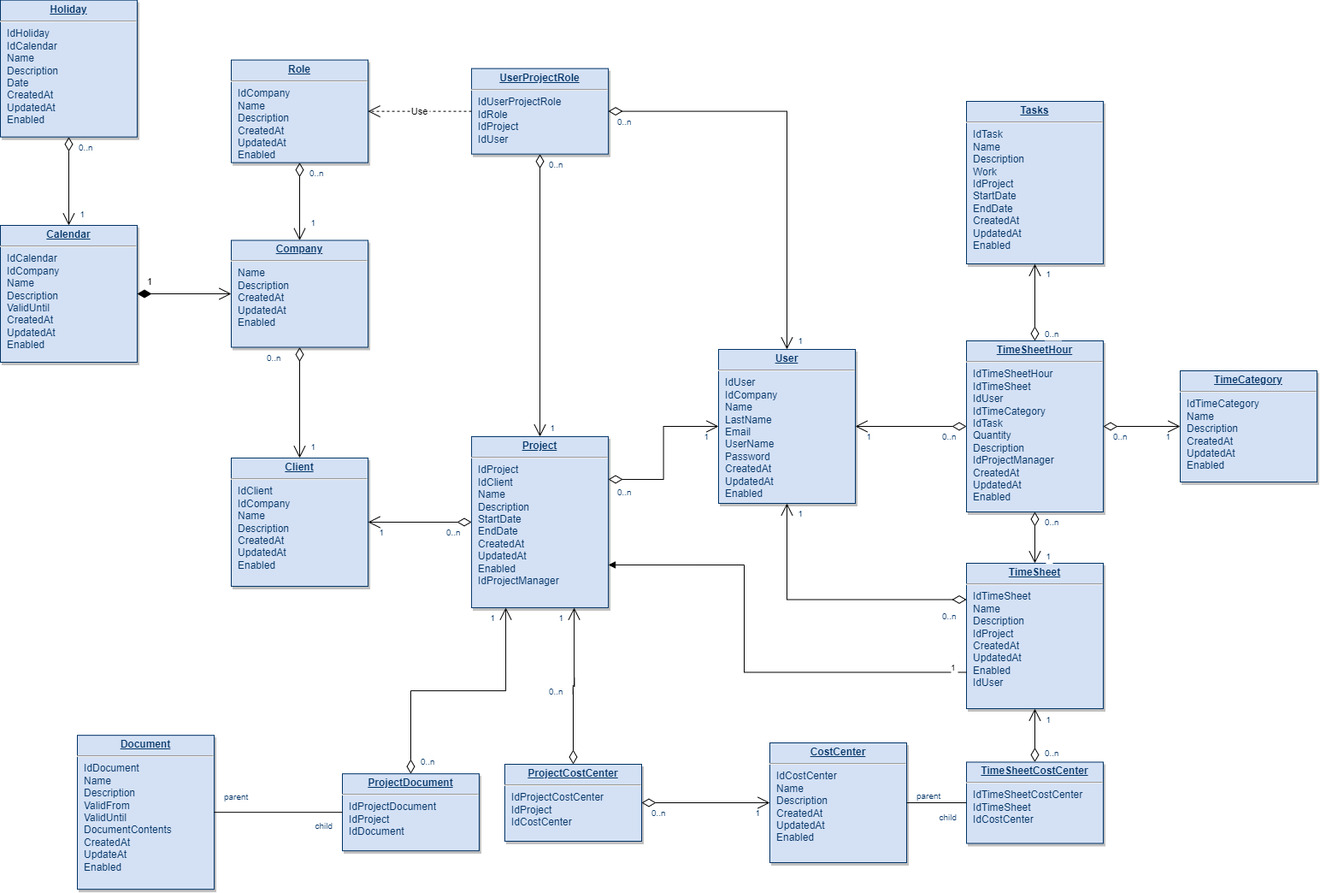
Chandra583/aa keeps this draw.io diagram as Untitled Diagram.drawio.png. Above is the earlier version. Source tidied: cells renumbered, new cells last; positions are measured from the earlier drawing's top-left corner, leaving out a move shared by most shapes.
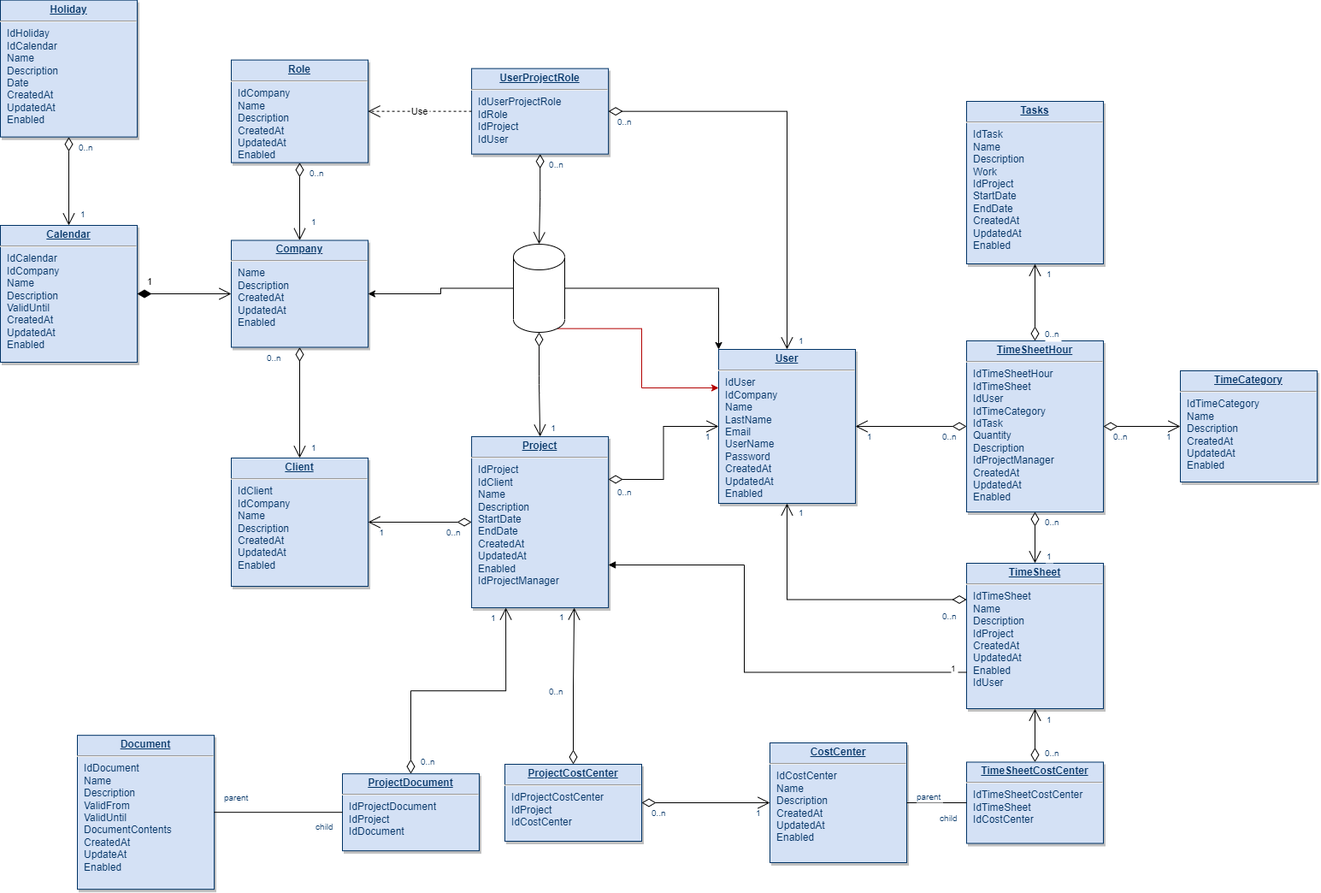
After the commit.

Diff of the diagram source:
```diff
@@ -92,14 +92,9 @@
         <mxPoint x="-10" as="offset" />
       </mxGeometry>
     </mxCell>
-    <mxCell id="28" style="endArrow=open;endSize=12;startArrow=diamondThin;startSize=14;startFill=0;edgeStyle=orthogonalEdgeStyle;" parent="1" edge="1" source="6" target="12">
+    <mxCell id="28" style="endArrow=open;endSize=12;startArrow=diamondThin;startSize=14;startFill=0;edgeStyle=orthogonalEdgeStyle;" parent="1" edge="1" source="81" target="12">
       <mxGeometry x="389.4" y="350" as="geometry" />
     </mxCell>
-    <mxCell id="29" value="0..n" style="align=left;verticalAlign=top;labelBackgroundColor=#ffffff;fontSize=10;strokeColor=#003366;shadow=1;fillColor=#D4E1F5;fontColor=#003366;" parent="28" vertex="1">
-      <mxGeometry x="-1" relative="1" as="geometry">
-        <mxPoint x="8.9" as="offset" />
-      </mxGeometry>
-    </mxCell>
     <mxCell id="30" value="1" style="align=right;verticalAlign=top;labelBackgroundColor=#ffffff;fontSize=10;strokeColor=#003366;shadow=1;fillColor=#D4E1F5;fontColor=#003366;" parent="28" vertex="1">
       <mxGeometry x="1" relative="1" as="geometry">
         <mxPoint x="18.9" y="-22" as="offset" />
@@ -306,5 +301,25 @@
         <mxPoint x="-20" y="2.5" as="offset" />
       </mxGeometry>
     </mxCell>
+    <mxCell id="77" style="endArrow=open;endSize=12;startArrow=diamondThin;startSize=14;startFill=0;edgeStyle=orthogonalEdgeStyle;" parent="1" edge="1" source="6" target="81">
+      <mxGeometry x="389.4" y="350" as="geometry" />
+    </mxCell>
+    <mxCell id="29" value="0..n" style="align=left;verticalAlign=top;labelBackgroundColor=#ffffff;fontSize=10;strokeColor=#003366;shadow=1;fillColor=#D4E1F5;fontColor=#003366;" parent="77" vertex="1">
+      <mxGeometry x="-1" relative="1" as="geometry">
+        <mxPoint x="8.9" as="offset" />
+      </mxGeometry>
+    </mxCell>
+    <mxCell id="78" style="edgeStyle=orthogonalEdgeStyle;rounded=0;jettySize=auto;html=1;entryX=1;entryY=0.5;entryDx=0;entryDy=0;" parent="1" edge="1" source="81" target="3">
+      <mxGeometry relative="1" as="geometry" />
+    </mxCell>
+    <mxCell id="79" style="edgeStyle=orthogonalEdgeStyle;rounded=0;jettySize=auto;html=1;entryX=0;entryY=0;entryDx=0;entryDy=0;" parent="1" edge="1" source="81" target="5">
+      <mxGeometry relative="1" as="geometry" />
+    </mxCell>
+    <mxCell id="80" style="edgeStyle=orthogonalEdgeStyle;rounded=0;jettySize=auto;html=1;exitX=0.855;exitY=1;exitDx=0;exitDy=-4.35;exitPerimeter=0;entryX=0;entryY=0.25;entryDx=0;entryDy=0;fillColor=#e51400;strokeColor=#B20000;" parent="1" edge="1" source="81" target="5">
+      <mxGeometry relative="1" as="geometry" />
+    </mxCell>
+    <mxCell id="81" style="shape=cylinder3;whiteSpace=wrap;html=1;boundedLbl=1;backgroundOutline=1;size=15;" parent="1" vertex="1">
+      <mxGeometry x="600" y="285" width="60" height="103" as="geometry" />
+    </mxCell>
   </root>
 </mxGraphModel>
```
